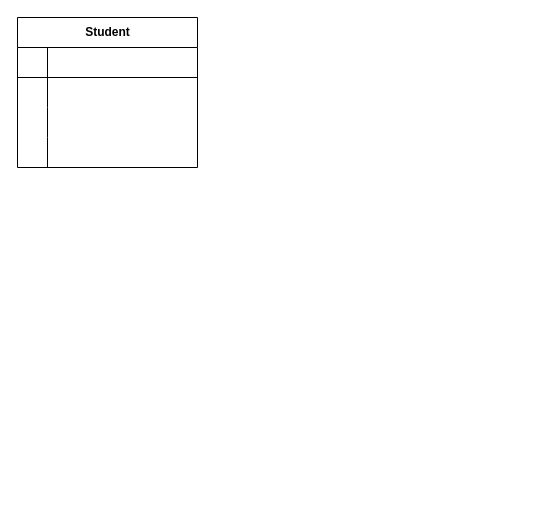
This is wia2002tuto7q4.drawio from justn0thinghere/drawio, a draw.io file, before an edit. Source tidied: cells renumbered, new cells numbered last; positions are measured from the earlier drawing's top-left corner, leaving out a move shared by most shapes. Both pictures are drawn from the tidied source at 100%, with x=0, y=0 at pixel (17, 17).
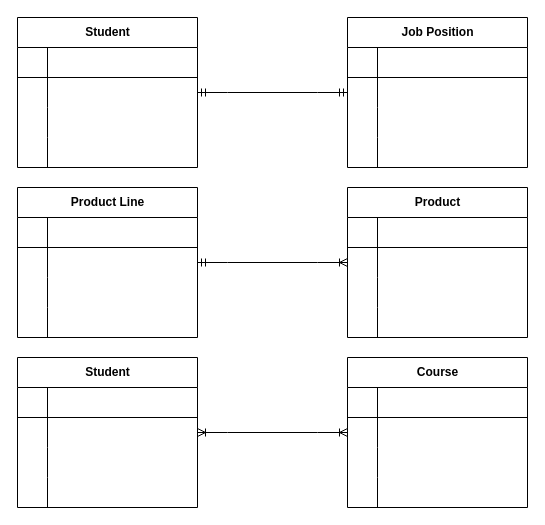
After the change.

Unchanged cells that the change refers to:
```xml
<mxCell id="6" style="shape=tableRow;horizontal=0;startSize=0;swimlaneHead=0;swimlaneBody=0;fillColor=none;points=[[0,0.5],[1,0.5]];portConstraint=eastwest;top=0;left=0;right=0;bottom=0;" parent="2" vertex="1">
  <mxGeometry y="60" width="180" height="30" as="geometry" />
</mxCell>
```

What changed in the source:
```diff
@@
+    <mxCell id="15" value="Job Position" style="shape=table;startSize=30;childLayout=tableLayout;rowLines=0;fontStyle=1;align=center;html=1;" parent="1" vertex="1">
+      <mxGeometry x="330" width="180" height="150" as="geometry" />
+    </mxCell>
+    <mxCell id="16" style="shape=tableRow;horizontal=0;startSize=0;swimlaneHead=0;swimlaneBody=0;fillColor=none;top=0;left=0;right=0;bottom=1;" parent="15" vertex="1">
+      <mxGeometry y="30" width="180" height="30" as="geometry" />
+    </mxCell>
+    <mxCell id="17" style="shape=partialRectangle;fillColor=none;top=0;left=0;bottom=0;right=0;fontStyle=1;overflow=hidden;whiteSpace=wrap;html=1;" parent="16" vertex="1">
+      <mxGeometry width="30" height="30" as="geometry" />
+    </mxCell>
+    <mxCell id="18" style="shape=partialRectangle;fillColor=none;top=0;left=0;bottom=0;right=0;align=left;spacingLeft=6;fontStyle=5;overflow=hidden;whiteSpace=wrap;html=1;" parent="16" vertex="1">
+      <mxGeometry x="30" width="150" height="30" as="geometry" />
+    </mxCell>
+    <mxCell id="19" style="shape=tableRow;horizontal=0;startSize=0;swimlaneHead=0;swimlaneBody=0;fillColor=none;points=[[0,0.5],[1,0.5]];portConstraint=eastwest;top=0;left=0;right=0;bottom=0;" parent="15" vertex="1">
+      <mxGeometry y="60" width="180" height="30" as="geometry" />
+    </mxCell>
+    <mxCell id="20" style="shape=partialRectangle;fillColor=none;top=0;left=0;bottom=0;right=0;overflow=hidden;whiteSpace=wrap;html=1;" parent="19" vertex="1">
+      <mxGeometry width="30" height="30" as="geometry" />
+    </mxCell>
+    <mxCell id="21" style="shape=partialRectangle;fillColor=none;top=0;left=0;bottom=0;right=0;align=left;spacingLeft=6;overflow=hidden;whiteSpace=wrap;html=1;" parent="19" vertex="1">
+      <mxGeometry x="30" width="150" height="30" as="geometry" />
+    </mxCell>
+    <mxCell id="22" style="shape=tableRow;horizontal=0;startSize=0;swimlaneHead=0;swimlaneBody=0;fillColor=none;top=0;left=0;right=0;bottom=0;" parent="15" vertex="1">
+      <mxGeometry y="90" width="180" height="30" as="geometry" />
+    </mxCell>
+    <mxCell id="23" style="shape=partialRectangle;fillColor=none;top=0;left=0;bottom=0;right=0;overflow=hidden;whiteSpace=wrap;html=1;" parent="22" vertex="1">
+      <mxGeometry width="30" height="30" as="geometry" />
+    </mxCell>
+    <mxCell id="24" style="shape=partialRectangle;fillColor=none;top=0;left=0;bottom=0;right=0;align=left;spacingLeft=6;overflow=hidden;whiteSpace=wrap;html=1;" parent="22" vertex="1">
+      <mxGeometry x="30" width="150" height="30" as="geometry" />
+    </mxCell>
+    <mxCell id="25" style="shape=tableRow;horizontal=0;startSize=0;swimlaneHead=0;swimlaneBody=0;fillColor=none;top=0;left=0;right=0;bottom=0;" parent="15" vertex="1">
+      <mxGeometry y="120" width="180" height="30" as="geometry" />
+    </mxCell>
+    <mxCell id="26" style="shape=partialRectangle;fillColor=none;top=0;left=0;bottom=0;right=0;overflow=hidden;whiteSpace=wrap;html=1;" parent="25" vertex="1">
+      <mxGeometry width="30" height="30" as="geometry" />
+    </mxCell>
+    <mxCell id="27" style="shape=partialRectangle;fillColor=none;top=0;left=0;bottom=0;right=0;align=left;spacingLeft=6;overflow=hidden;whiteSpace=wrap;html=1;" parent="25" vertex="1">
+      <mxGeometry x="30" width="150" height="30" as="geometry" />
+    </mxCell>
+    <mxCell id="28" style="edgeStyle=entityRelationEdgeStyle;fontSize=12;html=1;endArrow=ERmandOne;startArrow=ERmandOne;rounded=0;entryX=0;entryY=0.5;entryDx=0;entryDy=0;exitX=1;exitY=0.5;exitDx=0;exitDy=0;endFill=0;" parent="1" edge="1" source="6" target="19">
+      <mxGeometry relative="1" as="geometry" />
+    </mxCell>
+    <mxCell id="29" value="Product Line" style="shape=table;startSize=30;childLayout=tableLayout;rowLines=0;fontStyle=1;align=center;html=1;" parent="1" vertex="1">
+      <mxGeometry y="170" width="180" height="150" as="geometry" />
+    </mxCell>
+    <mxCell id="30" style="shape=tableRow;horizontal=0;startSize=0;swimlaneHead=0;swimlaneBody=0;fillColor=none;top=0;left=0;right=0;bottom=1;" parent="29" vertex="1">
+      <mxGeometry y="30" width="180" height="30" as="geometry" />
+    </mxCell>
+    <mxCell id="31" style="shape=partialRectangle;fillColor=none;top=0;left=0;bottom=0;right=0;fontStyle=1;overflow=hidden;whiteSpace=wrap;html=1;" parent="30" vertex="1">
+      <mxGeometry width="30" height="30" as="geometry" />
+    </mxCell>
+    <mxCell id="32" style="shape=partialRectangle;fillColor=none;top=0;left=0;bottom=0;right=0;align=left;spacingLeft=6;fontStyle=5;overflow=hidden;whiteSpace=wrap;html=1;" parent="30" vertex="1">
+      <mxGeometry x="30" width="150" height="30" as="geometry" />
+    </mxCell>
+    <mxCell id="33" style="shape=tableRow;horizontal=0;startSize=0;swimlaneHead=0;swimlaneBody=0;fillColor=none;points=[[0,0.5],[1,0.5]];portConstraint=eastwest;top=0;left=0;right=0;bottom=0;" parent="29" vertex="1">
+      <mxGeometry y="60" width="180" height="30" as="geometry" />
+    </mxCell>
+    <mxCell id="34" style="shape=partialRectangle;fillColor=none;top=0;left=0;bottom=0;right=0;overflow=hidden;whiteSpace=wrap;html=1;" parent="33" vertex="1">
+      <mxGeometry width="30" height="30" as="geometry" />
+    </mxCell>
+    <mxCell id="35" style="shape=partialRectangle;fillColor=none;top=0;left=0;bottom=0;right=0;align=left;spacingLeft=6;overflow=hidden;whiteSpace=wrap;html=1;" parent="33" vertex="1">
+      <mxGeometry x="30" width="150" height="30" as="geometry" />
+    </mxCell>
+    <mxCell id="36" style="shape=tableRow;horizontal=0;startSize=0;swimlaneHead=0;swimlaneBody=0;fillColor=none;top=0;left=0;right=0;bottom=0;" parent="29" vertex="1">
+      <mxGeometry y="90" width="180" height="30" as="geometry" />
+    </mxCell>
+    <mxCell id="37" style="shape=partialRectangle;fillColor=none;top=0;left=0;bottom=0;right=0;overflow=hidden;whiteSpace=wrap;html=1;" parent="36" vertex="1">
+      <mxGeometry width="30" height="30" as="geometry" />
+    </mxCell>
+    <mxCell id="38" style="shape=partialRectangle;fillColor=none;top=0;left=0;bottom=0;right=0;align=left;spacingLeft=6;overflow=hidden;whiteSpace=wrap;html=1;" parent="36" vertex="1">
+      <mxGeometry x="30" width="150" height="30" as="geometry" />
+    </mxCell>
+    <mxCell id="39" style="shape=tableRow;horizontal=0;startSize=0;swimlaneHead=0;swimlaneBody=0;fillColor=none;top=0;left=0;right=0;bottom=0;" parent="29" vertex="1">
+      <mxGeometry y="120" width="180" height="30" as="geometry" />
+    </mxCell>
+    <mxCell id="40" style="shape=partialRectangle;fillColor=none;top=0;left=0;bottom=0;right=0;overflow=hidden;whiteSpace=wrap;html=1;" parent="39" vertex="1">
+      <mxGeometry width="30" height="30" as="geometry" />
+    </mxCell>
+    <mxCell id="41" style="shape=partialRectangle;fillColor=none;top=0;left=0;bottom=0;right=0;align=left;spacingLeft=6;overflow=hidden;whiteSpace=wrap;html=1;" parent="39" vertex="1">
+      <mxGeometry x="30" width="150" height="30" as="geometry" />
+    </mxCell>
+    <mxCell id="42" value="Product" style="shape=table;startSize=30;childLayout=tableLayout;rowLines=0;fontStyle=1;align=center;html=1;" parent="1" vertex="1">
+      <mxGeometry x="330" y="170" width="180" height="150" as="geometry" />
+    </mxCell>
+    <mxCell id="43" style="shape=tableRow;horizontal=0;startSize=0;swimlaneHead=0;swimlaneBody=0;fillColor=none;top=0;left=0;right=0;bottom=1;" parent="42" vertex="1">
+      <mxGeometry y="30" width="180" height="30" as="geometry" />
+    </mxCell>
+    <mxCell id="44" style="shape=partialRectangle;fillColor=none;top=0;left=0;bottom=0;right=0;fontStyle=1;overflow=hidden;whiteSpace=wrap;html=1;" parent="43" vertex="1">
+      <mxGeometry width="30" height="30" as="geometry" />
+    </mxCell>
+    <mxCell id="45" style="shape=partialRectangle;fillColor=none;top=0;left=0;bottom=0;right=0;align=left;spacingLeft=6;fontStyle=5;overflow=hidden;whiteSpace=wrap;html=1;" parent="43" vertex="1">
+      <mxGeometry x="30" width="150" height="30" as="geometry" />
+    </mxCell>
+    <mxCell id="46" style="shape=tableRow;horizontal=0;startSize=0;swimlaneHead=0;swimlaneBody=0;fillColor=none;points=[[0,0.5],[1,0.5]];portConstraint=eastwest;top=0;left=0;right=0;bottom=0;" parent="42" vertex="1">
+      <mxGeometry y="60" width="180" height="30" as="geometry" />
+    </mxCell>
+    <mxCell id="47" style="shape=partialRectangle;fillColor=none;top=0;left=0;bottom=0;right=0;overflow=hidden;whiteSpace=wrap;html=1;" parent="46" vertex="1">
+      <mxGeometry width="30" height="30" as="geometry" />
+    </mxCell>
+    <mxCell id="48" style="shape=partialRectangle;fillColor=none;top=0;left=0;bottom=0;right=0;align=left;spacingLeft=6;overflow=hidden;whiteSpace=wrap;html=1;" parent="46" vertex="1">
+      <mxGeometry x="30" width="150" height="30" as="geometry" />
+    </mxCell>
+    <mxCell id="49" style="shape=tableRow;horizontal=0;startSize=0;swimlaneHead=0;swimlaneBody=0;fillColor=none;top=0;left=0;right=0;bottom=0;" parent="42" vertex="1">
+      <mxGeometry y="90" width="180" height="30" as="geometry" />
+    </mxCell>
+    <mxCell id="50" style="shape=partialRectangle;fillColor=none;top=0;left=0;bottom=0;right=0;overflow=hidden;whiteSpace=wrap;html=1;" parent="49" vertex="1">
+      <mxGeometry width="30" height="30" as="geometry" />
+    </mxCell>
+    <mxCell id="51" style="shape=partialRectangle;fillColor=none;top=0;left=0;bottom=0;right=0;align=left;spacingLeft=6;overflow=hidden;whiteSpace=wrap;html=1;" parent="49" vertex="1">
+      <mxGeometry x="30" width="150" height="30" as="geometry" />
+    </mxCell>
+    <mxCell id="52" style="shape=tableRow;horizontal=0;startSize=0;swimlaneHead=0;swimlaneBody=0;fillColor=none;top=0;left=0;right=0;bottom=0;" parent="42" vertex="1">
+      <mxGeometry y="120" width="180" height="30" as="geometry" />
+    </mxCell>
+    <mxCell id="53" style="shape=partialRectangle;fillColor=none;top=0;left=0;bottom=0;right=0;overflow=hidden;whiteSpace=wrap;html=1;" parent="52" vertex="1">
+      <mxGeometry width="30" height="30" as="geometry" />
+    </mxCell>
+    <mxCell id="54" style="shape=partialRectangle;fillColor=none;top=0;left=0;bottom=0;right=0;align=left;spacingLeft=6;overflow=hidden;whiteSpace=wrap;html=1;" parent="52" vertex="1">
+      <mxGeometry x="30" width="150" height="30" as="geometry" />
+    </mxCell>
+    <mxCell id="55" style="edgeStyle=entityRelationEdgeStyle;fontSize=12;html=1;endArrow=ERoneToMany;startArrow=ERmandOne;rounded=0;entryX=0;entryY=0.5;entryDx=0;entryDy=0;exitX=1;exitY=0.5;exitDx=0;exitDy=0;endFill=0;" parent="1" edge="1" source="33" target="46">
+      <mxGeometry relative="1" as="geometry" />
+    </mxCell>
+    <mxCell id="56" value="Student" style="shape=table;startSize=30;childLayout=tableLayout;rowLines=0;fontStyle=1;align=center;html=1;" parent="1" vertex="1">
+      <mxGeometry y="340" width="180" height="150" as="geometry" />
+    </mxCell>
+    <mxCell id="57" style="shape=tableRow;horizontal=0;startSize=0;swimlaneHead=0;swimlaneBody=0;fillColor=none;top=0;left=0;right=0;bottom=1;" parent="56" vertex="1">
+      <mxGeometry y="30" width="180" height="30" as="geometry" />
+    </mxCell>
+    <mxCell id="58" style="shape=partialRectangle;fillColor=none;top=0;left=0;bottom=0;right=0;fontStyle=1;overflow=hidden;whiteSpace=wrap;html=1;" parent="57" vertex="1">
+      <mxGeometry width="30" height="30" as="geometry" />
+    </mxCell>
+    <mxCell id="59" style="shape=partialRectangle;fillColor=none;top=0;left=0;bottom=0;right=0;align=left;spacingLeft=6;fontStyle=5;overflow=hidden;whiteSpace=wrap;html=1;" parent="57" vertex="1">
+      <mxGeometry x="30" width="150" height="30" as="geometry" />
+    </mxCell>
+    <mxCell id="60" style="shape=tableRow;horizontal=0;startSize=0;swimlaneHead=0;swimlaneBody=0;fillColor=none;points=[[0,0.5],[1,0.5]];portConstraint=eastwest;top=0;left=0;right=0;bottom=0;" parent="56" vertex="1">
+      <mxGeometry y="60" width="180" height="30" as="geometry" />
+    </mxCell>
+    <mxCell id="61" style="shape=partialRectangle;fillColor=none;top=0;left=0;bottom=0;right=0;overflow=hidden;whiteSpace=wrap;html=1;" parent="60" vertex="1">
+      <mxGeometry width="30" height="30" as="geometry" />
+    </mxCell>
+    <mxCell id="62" style="shape=partialRectangle;fillColor=none;top=0;left=0;bottom=0;right=0;align=left;spacingLeft=6;overflow=hidden;whiteSpace=wrap;html=1;" parent="60" vertex="1">
+      <mxGeometry x="30" width="150" height="30" as="geometry" />
+    </mxCell>
+    <mxCell id="63" style="shape=tableRow;horizontal=0;startSize=0;swimlaneHead=0;swimlaneBody=0;fillColor=none;top=0;left=0;right=0;bottom=0;" parent="56" vertex="1">
+      <mxGeometry y="90" width="180" height="30" as="geometry" />
+    </mxCell>
+    <mxCell id="64" style="shape=partialRectangle;fillColor=none;top=0;left=0;bottom=0;right=0;overflow=hidden;whiteSpace=wrap;html=1;" parent="63" vertex="1">
+      <mxGeometry width="30" height="30" as="geometry" />
+    </mxCell>
+    <mxCell id="65" style="shape=partialRectangle;fillColor=none;top=0;left=0;bottom=0;right=0;align=left;spacingLeft=6;overflow=hidden;whiteSpace=wrap;html=1;" parent="63" vertex="1">
+      <mxGeometry x="30" width="150" height="30" as="geometry" />
+    </mxCell>
+    <mxCell id="66" style="shape=tableRow;horizontal=0;startSize=0;swimlaneHead=0;swimlaneBody=0;fillColor=none;top=0;left=0;right=0;bottom=0;" parent="56" vertex="1">
+      <mxGeometry y="120" width="180" height="30" as="geometry" />
+    </mxCell>
+    <mxCell id="67" style="shape=partialRectangle;fillColor=none;top=0;left=0;bottom=0;right=0;overflow=hidden;whiteSpace=wrap;html=1;" parent="66" vertex="1">
+      <mxGeometry width="30" height="30" as="geometry" />
+    </mxCell>
+    <mxCell id="68" style="shape=partialRectangle;fillColor=none;top=0;left=0;bottom=0;right=0;align=left;spacingLeft=6;overflow=hidden;whiteSpace=wrap;html=1;" parent="66" vertex="1">
+      <mxGeometry x="30" width="150" height="30" as="geometry" />
+    </mxCell>
+    <mxCell id="69" value="Course" style="shape=table;startSize=30;childLayout=tableLayout;rowLines=0;fontStyle=1;align=center;html=1;" parent="1" vertex="1">
+      <mxGeometry x="330" y="340" width="180" height="150" as="geometry" />
+    </mxCell>
+    <mxCell id="70" style="shape=tableRow;horizontal=0;startSize=0;swimlaneHead=0;swimlaneBody=0;fillColor=none;top=0;left=0;right=0;bottom=1;" parent="69" vertex="1">
+      <mxGeometry y="30" width="180" height="30" as="geometry" />
+    </mxCell>
+    <mxCell id="71" style="shape=partialRectangle;fillColor=none;top=0;left=0;bottom=0;right=0;fontStyle=1;overflow=hidden;whiteSpace=wrap;html=1;" parent="70" vertex="1">
+      <mxGeometry width="30" height="30" as="geometry" />
+    </mxCell>
+    <mxCell id="72" style="shape=partialRectangle;fillColor=none;top=0;left=0;bottom=0;right=0;align=left;spacingLeft=6;fontStyle=5;overflow=hidden;whiteSpace=wrap;html=1;" parent="70" vertex="1">
+      <mxGeometry x="30" width="150" height="30" as="geometry" />
+    </mxCell>
+    <mxCell id="73" style="shape=tableRow;horizontal=0;startSize=0;swimlaneHead=0;swimlaneBody=0;fillColor=none;points=[[0,0.5],[1,0.5]];portConstraint=eastwest;top=0;left=0;right=0;bottom=0;" parent="69" vertex="1">
+      <mxGeometry y="60" width="180" height="30" as="geometry" />
+    </mxCell>
+    <mxCell id="74" style="shape=partialRectangle;fillColor=none;top=0;left=0;bottom=0;right=0;overflow=hidden;whiteSpace=wrap;html=1;" parent="73" vertex="1">
+      <mxGeometry width="30" height="30" as="geometry" />
+    </mxCell>
+    <mxCell id="75" style="shape=partialRectangle;fillColor=none;top=0;left=0;bottom=0;right=0;align=left;spacingLeft=6;overflow=hidden;whiteSpace=wrap;html=1;" parent="73" vertex="1">
+      <mxGeometry x="30" width="150" height="30" as="geometry" />
+    </mxCell>
+    <mxCell id="76" style="shape=tableRow;horizontal=0;startSize=0;swimlaneHead=0;swimlaneBody=0;fillColor=none;top=0;left=0;right=0;bottom=0;" parent="69" vertex="1">
+      <mxGeometry y="90" width="180" height="30" as="geometry" />
+    </mxCell>
+    <mxCell id="77" style="shape=partialRectangle;fillColor=none;top=0;left=0;bottom=0;right=0;overflow=hidden;whiteSpace=wrap;html=1;" parent="76" vertex="1">
+      <mxGeometry width="30" height="30" as="geometry" />
+    </mxCell>
+    <mxCell id="78" style="shape=partialRectangle;fillColor=none;top=0;left=0;bottom=0;right=0;align=left;spacingLeft=6;overflow=hidden;whiteSpace=wrap;html=1;" parent="76" vertex="1">
+      <mxGeometry x="30" width="150" height="30" as="geometry" />
+    </mxCell>
+    <mxCell id="79" style="shape=tableRow;horizontal=0;startSize=0;swimlaneHead=0;swimlaneBody=0;fillColor=none;top=0;left=0;right=0;bottom=0;" parent="69" vertex="1">
+      <mxGeometry y="120" width="180" height="30" as="geometry" />
+    </mxCell>
+    <mxCell id="80" style="shape=partialRectangle;fillColor=none;top=0;left=0;bottom=0;right=0;overflow=hidden;whiteSpace=wrap;html=1;" parent="79" vertex="1">
+      <mxGeometry width="30" height="30" as="geometry" />
+    </mxCell>
+    <mxCell id="81" style="shape=partialRectangle;fillColor=none;top=0;left=0;bottom=0;right=0;align=left;spacingLeft=6;overflow=hidden;whiteSpace=wrap;html=1;" parent="79" vertex="1">
+      <mxGeometry x="30" width="150" height="30" as="geometry" />
+    </mxCell>
+    <mxCell id="82" style="edgeStyle=entityRelationEdgeStyle;fontSize=12;html=1;endArrow=ERoneToMany;startArrow=ERoneToMany;rounded=0;entryX=0;entryY=0.5;entryDx=0;entryDy=0;exitX=1;exitY=0.5;exitDx=0;exitDy=0;endFill=0;startFill=0;" parent="1" edge="1" source="60" target="73">
+      <mxGeometry relative="1" as="geometry" />
+    </mxCell>
```
